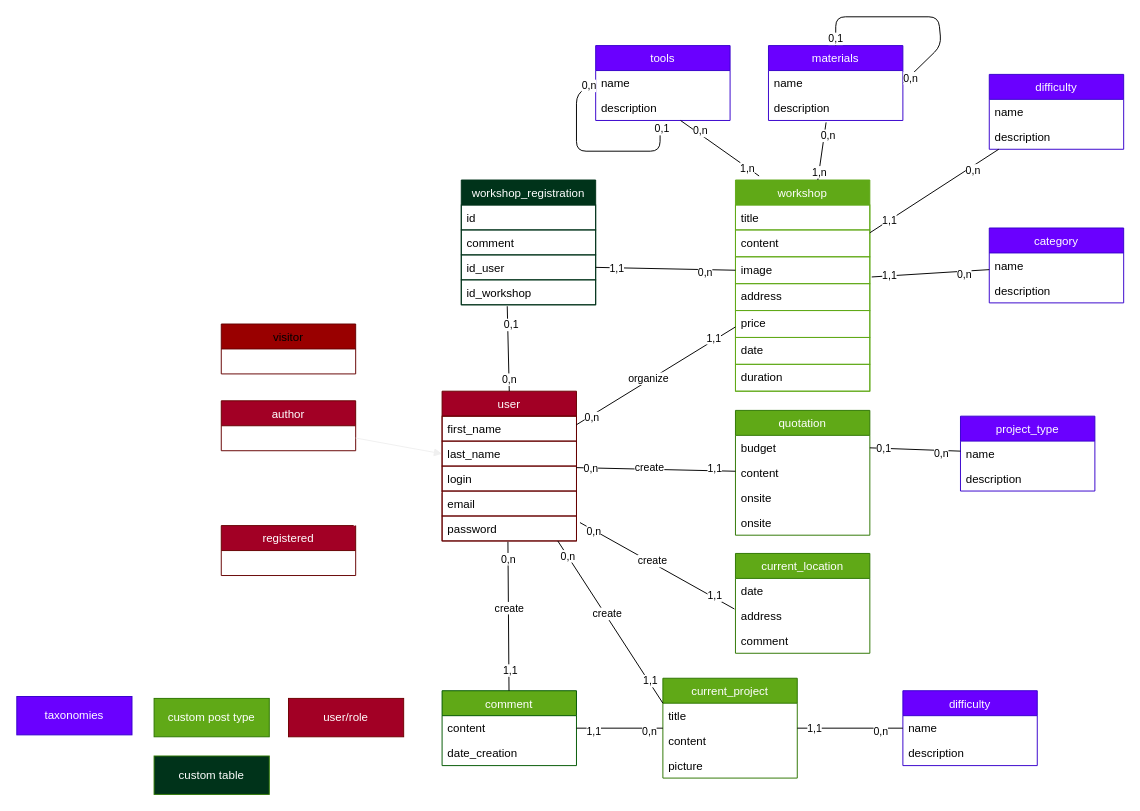
This is conception/magic-trucs.drawio from mohamed-berkane/Magic-trucks, a draw.io file, before an edit. Source tidied: cells renumbered, new cells numbered last; positions are measured from the earlier drawing's top-left corner, leaving out a move shared by most shapes. Both pictures are drawn from the tidied source at 96%, with x=0, y=0 at pixel (16, 16).
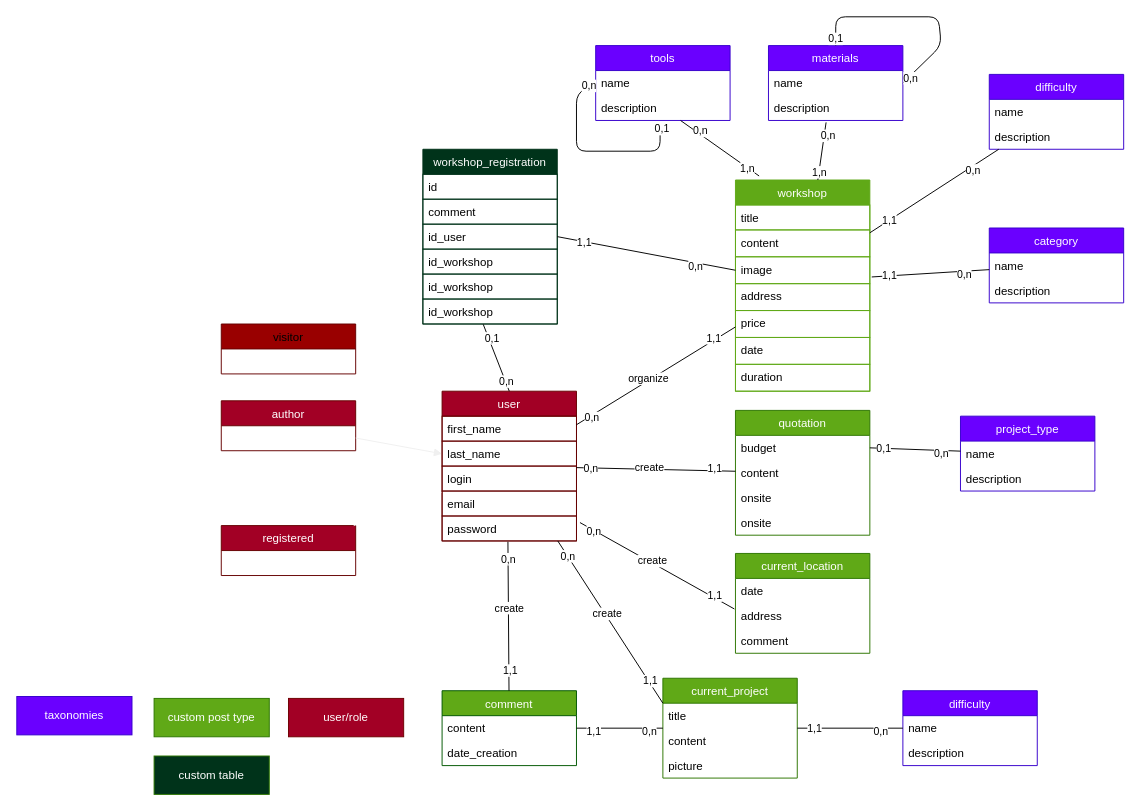
Above is the later version.

Commit message (it also covers changes not shown here):
MCD registration_workshop update, custom table registration_workshop all methods completed

The change refers to these unchanged cells:
```xml
<mxCell id="21" value="user" style="swimlane;fontStyle=0;horizontal=1;startSize=26;fillColor=#a20025;strokeColor=#660000;fontColor=#ffffff;" parent="1" vertex="1">
  <mxGeometry x="443" y="390" width="140" height="156" as="geometry" />
</mxCell>
<mxCell id="101" value="id_workshop" style="text;strokeColor=#00331A;fillColor=none;align=left;verticalAlign=top;spacingLeft=4;spacingRight=4;overflow=hidden;points=[[0,0.5],[1,0.5]];portConstraint=eastwest;" parent="97" vertex="1">
  <mxGeometry y="104" width="140" height="26" as="geometry" />
</mxCell>
```

Diff of the diagram source:
```diff
@@
     <mxCell id="97" value="workshop_registration" style="swimlane;fontStyle=0;horizontal=1;startSize=26;fillColor=#00331A;strokeColor=#00331A;fontColor=#ffffff;" parent="1" vertex="1">
-      <mxGeometry x="463" y="170" width="140" height="130" as="geometry" />
+      <mxGeometry x="423" y="138" width="140" height="182" as="geometry" />
     </mxCell>
@@
+    <mxCell id="117" value="id_workshop" style="text;strokeColor=#00331A;fillColor=none;align=left;verticalAlign=top;spacingLeft=4;spacingRight=4;overflow=hidden;" parent="97" vertex="1">
+      <mxGeometry y="130" width="140" height="26" as="geometry" />
+    </mxCell>
+    <mxCell id="118" value="id_workshop" style="text;strokeColor=#00331A;fillColor=none;align=left;verticalAlign=top;spacingLeft=4;spacingRight=4;overflow=hidden;points=[[0,0.5],[1,0.5]];portConstraint=eastwest;" parent="97" vertex="1">
+      <mxGeometry y="156" width="140" height="26" as="geometry" />
+    </mxCell>
@@
-    <mxCell id="105" style="endArrow=none;html=1;exitX=0.5;exitY=0;exitDx=0;exitDy=0;entryX=0.342;entryY=1.058;entryDx=0;entryDy=0;entryPerimeter=0;" parent="1" edge="1" source="21" target="101">
+    <mxCell id="105" style="endArrow=none;html=1;exitX=0.5;exitY=0;exitDx=0;exitDy=0;entryX=0.449;entryY=1.013;entryDx=0;entryDy=0;entryPerimeter=0;" parent="1" edge="1" source="21" target="118">
       <mxGeometry relative="1" as="geometry" />
     </mxCell>
```
